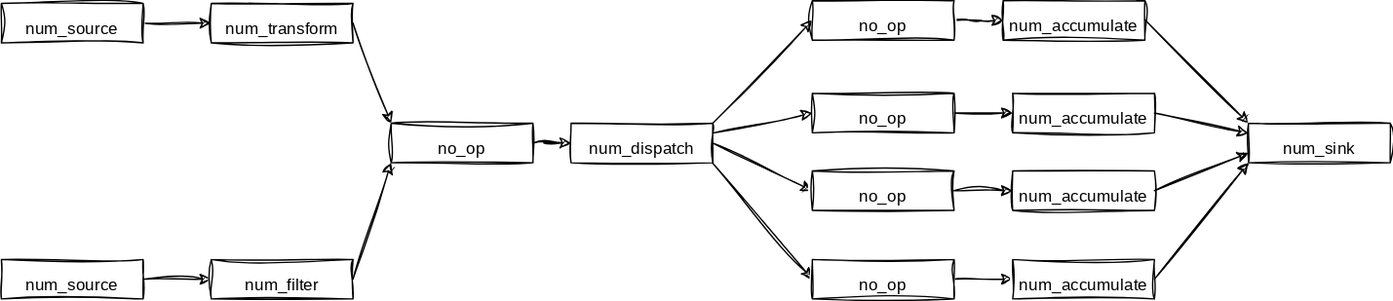
chloro-pn/draw_io_repo keeps this draw.io diagram as example.svg. Above is the earlier version. Source tidied: cells renumbered, new cells last; positions are measured from the earlier drawing's top-left corner, leaving out a move shared by most shapes. Source of this version:
```xml
<mxGraphModel>
  <root>
    <mxCell id="0" />
    <mxCell id="1" parent="0" />
    <mxCell id="2" style="edgeStyle=orthogonalEdgeStyle;rounded=0;sketch=1;hachureGap=4;jiggle=2;curveFitting=1;jettySize=auto;html=1;fontFamily=Architects Daughter;fontSource=https%3A%2F%2Ffonts.googleapis.com%2Fcss%3Ffamily%3DArchitects%2BDaughter;fontSize=16;" parent="1" edge="1" source="3" target="6">
      <mxGeometry relative="1" as="geometry" />
    </mxCell>
    <mxCell id="3" value="&lt;font style=&quot;font-size: 12px;&quot;&gt;num_source&lt;/font&gt;" style="rounded=0;whiteSpace=wrap;html=1;sketch=1;hachureGap=4;jiggle=2;curveFitting=1;fontFamily=Architects Daughter;fontSource=https%3A%2F%2Ffonts.googleapis.com%2Fcss%3Ffamily%3DArchitects%2BDaughter;fontSize=20;" parent="1" vertex="1">
      <mxGeometry y="2" width="104" height="29" as="geometry" />
    </mxCell>
    <mxCell id="4" style="edgeStyle=orthogonalEdgeStyle;rounded=0;sketch=1;hachureGap=4;jiggle=2;curveFitting=1;jettySize=auto;html=1;fontFamily=Architects Daughter;fontSource=https%3A%2F%2Ffonts.googleapis.com%2Fcss%3Ffamily%3DArchitects%2BDaughter;fontSize=16;" parent="1" edge="1" source="5" target="7">
      <mxGeometry relative="1" as="geometry" />
    </mxCell>
    <mxCell id="5" value="&lt;font style=&quot;font-size: 12px;&quot;&gt;num_source&lt;/font&gt;" style="rounded=0;whiteSpace=wrap;html=1;sketch=1;hachureGap=4;jiggle=2;curveFitting=1;fontFamily=Architects Daughter;fontSource=https%3A%2F%2Ffonts.googleapis.com%2Fcss%3Ffamily%3DArchitects%2BDaughter;fontSize=20;" parent="1" vertex="1">
      <mxGeometry y="190" width="104" height="29" as="geometry" />
    </mxCell>
    <mxCell id="6" value="&lt;font style=&quot;font-size: 12px;&quot;&gt;num_transform&lt;/font&gt;" style="rounded=0;whiteSpace=wrap;html=1;sketch=1;hachureGap=4;jiggle=2;curveFitting=1;fontFamily=Architects Daughter;fontSource=https%3A%2F%2Ffonts.googleapis.com%2Fcss%3Ffamily%3DArchitects%2BDaughter;fontSize=20;" parent="1" vertex="1">
      <mxGeometry x="154" y="2" width="104" height="29" as="geometry" />
    </mxCell>
    <mxCell id="7" value="&lt;font style=&quot;font-size: 12px;&quot;&gt;num_filter&lt;/font&gt;" style="rounded=0;whiteSpace=wrap;html=1;sketch=1;hachureGap=4;jiggle=2;curveFitting=1;fontFamily=Architects Daughter;fontSource=https%3A%2F%2Ffonts.googleapis.com%2Fcss%3Ffamily%3DArchitects%2BDaughter;fontSize=20;" parent="1" vertex="1">
      <mxGeometry x="154" y="190" width="104" height="29" as="geometry" />
    </mxCell>
    <mxCell id="8" style="edgeStyle=orthogonalEdgeStyle;rounded=0;sketch=1;hachureGap=4;jiggle=2;curveFitting=1;jettySize=auto;html=1;fontFamily=Architects Daughter;fontSource=https%3A%2F%2Ffonts.googleapis.com%2Fcss%3Ffamily%3DArchitects%2BDaughter;fontSize=16;" parent="1" edge="1" source="9" target="12">
      <mxGeometry relative="1" as="geometry" />
    </mxCell>
    <mxCell id="9" value="&lt;span style=&quot;font-size: 12px;&quot;&gt;no_op&lt;/span&gt;" style="rounded=0;whiteSpace=wrap;html=1;sketch=1;hachureGap=4;jiggle=2;curveFitting=1;fontFamily=Architects Daughter;fontSource=https%3A%2F%2Ffonts.googleapis.com%2Fcss%3Ffamily%3DArchitects%2BDaughter;fontSize=20;" parent="1" vertex="1">
      <mxGeometry x="286" y="90" width="104" height="29" as="geometry" />
    </mxCell>
    <mxCell id="10" style="endArrow=classic;html=1;rounded=0;sketch=1;hachureGap=4;jiggle=2;curveFitting=1;fontFamily=Architects Daughter;fontSource=https%3A%2F%2Ffonts.googleapis.com%2Fcss%3Ffamily%3DArchitects%2BDaughter;fontSize=16;entryX=0;entryY=0;entryDx=0;entryDy=0;exitX=1;exitY=0.5;exitDx=0;exitDy=0;" parent="1" edge="1" source="6" target="9">
      <mxGeometry relative="1" as="geometry" />
    </mxCell>
    <mxCell id="11" style="endArrow=classic;html=1;rounded=0;sketch=1;hachureGap=4;jiggle=2;curveFitting=1;fontFamily=Architects Daughter;fontSource=https%3A%2F%2Ffonts.googleapis.com%2Fcss%3Ffamily%3DArchitects%2BDaughter;fontSize=16;exitX=1;exitY=0.5;exitDx=0;exitDy=0;entryX=0;entryY=1;entryDx=0;entryDy=0;" parent="1" edge="1" source="7" target="9">
      <mxGeometry relative="1" as="geometry" />
    </mxCell>
    <mxCell id="12" value="&lt;span style=&quot;font-size: 12px;&quot;&gt;num_dispatch&lt;/span&gt;" style="rounded=0;whiteSpace=wrap;html=1;sketch=1;hachureGap=4;jiggle=2;curveFitting=1;fontFamily=Architects Daughter;fontSource=https%3A%2F%2Ffonts.googleapis.com%2Fcss%3Ffamily%3DArchitects%2BDaughter;fontSize=20;" parent="1" vertex="1">
      <mxGeometry x="418" y="90" width="104" height="29" as="geometry" />
    </mxCell>
    <mxCell id="13" style="endArrow=classic;html=1;rounded=0;sketch=1;hachureGap=4;jiggle=2;curveFitting=1;fontFamily=Architects Daughter;fontSource=https%3A%2F%2Ffonts.googleapis.com%2Fcss%3Ffamily%3DArchitects%2BDaughter;fontSize=16;exitX=1;exitY=0;exitDx=0;exitDy=0;entryX=0;entryY=0.5;entryDx=0;entryDy=0;" parent="1" edge="1" source="12" target="18">
      <mxGeometry relative="1" as="geometry" />
    </mxCell>
    <mxCell id="14" style="endArrow=classic;html=1;rounded=0;sketch=1;hachureGap=4;jiggle=2;curveFitting=1;fontFamily=Architects Daughter;fontSource=https%3A%2F%2Ffonts.googleapis.com%2Fcss%3Ffamily%3DArchitects%2BDaughter;fontSize=16;exitX=1;exitY=0.25;exitDx=0;exitDy=0;entryX=0;entryY=0.5;entryDx=0;entryDy=0;" parent="1" edge="1" source="12" target="20">
      <mxGeometry relative="1" as="geometry" />
    </mxCell>
    <mxCell id="15" style="endArrow=classic;html=1;rounded=0;sketch=1;hachureGap=4;jiggle=2;curveFitting=1;fontFamily=Architects Daughter;fontSource=https%3A%2F%2Ffonts.googleapis.com%2Fcss%3Ffamily%3DArchitects%2BDaughter;fontSize=16;exitX=1;exitY=0.5;exitDx=0;exitDy=0;entryX=0;entryY=0.5;entryDx=0;entryDy=0;" parent="1" edge="1" source="12" target="22">
      <mxGeometry relative="1" as="geometry" />
    </mxCell>
    <mxCell id="16" style="endArrow=classic;html=1;rounded=0;sketch=1;hachureGap=4;jiggle=2;curveFitting=1;fontFamily=Architects Daughter;fontSource=https%3A%2F%2Ffonts.googleapis.com%2Fcss%3Ffamily%3DArchitects%2BDaughter;fontSize=16;exitX=1;exitY=0.5;exitDx=0;exitDy=0;entryX=0;entryY=0.5;entryDx=0;entryDy=0;" parent="1" edge="1" target="24">
      <mxGeometry relative="1" as="geometry">
        <mxPoint x="522" y="119.5" as="sourcePoint" />
      </mxGeometry>
    </mxCell>
    <mxCell id="17" style="edgeStyle=orthogonalEdgeStyle;rounded=0;sketch=1;hachureGap=4;jiggle=2;curveFitting=1;jettySize=auto;html=1;fontFamily=Architects Daughter;fontSource=https%3A%2F%2Ffonts.googleapis.com%2Fcss%3Ffamily%3DArchitects%2BDaughter;fontSize=16;" parent="1" edge="1" source="18" target="25">
      <mxGeometry relative="1" as="geometry" />
    </mxCell>
    <mxCell id="18" value="&lt;span style=&quot;font-size: 12px;&quot;&gt;no_op&lt;/span&gt;" style="rounded=0;whiteSpace=wrap;html=1;sketch=1;hachureGap=4;jiggle=2;curveFitting=1;fontFamily=Architects Daughter;fontSource=https%3A%2F%2Ffonts.googleapis.com%2Fcss%3Ffamily%3DArchitects%2BDaughter;fontSize=20;" parent="1" vertex="1">
      <mxGeometry x="595" width="104" height="29" as="geometry" />
    </mxCell>
    <mxCell id="19" style="edgeStyle=orthogonalEdgeStyle;rounded=0;sketch=1;hachureGap=4;jiggle=2;curveFitting=1;jettySize=auto;html=1;fontFamily=Architects Daughter;fontSource=https%3A%2F%2Ffonts.googleapis.com%2Fcss%3Ffamily%3DArchitects%2BDaughter;fontSize=16;" parent="1" edge="1" source="20" target="26">
      <mxGeometry relative="1" as="geometry" />
    </mxCell>
    <mxCell id="20" value="&lt;span style=&quot;font-size: 12px;&quot;&gt;no_op&lt;/span&gt;" style="rounded=0;whiteSpace=wrap;html=1;sketch=1;hachureGap=4;jiggle=2;curveFitting=1;fontFamily=Architects Daughter;fontSource=https%3A%2F%2Ffonts.googleapis.com%2Fcss%3Ffamily%3DArchitects%2BDaughter;fontSize=20;" parent="1" vertex="1">
      <mxGeometry x="595" y="68" width="104" height="29" as="geometry" />
    </mxCell>
    <mxCell id="21" style="edgeStyle=orthogonalEdgeStyle;rounded=0;sketch=1;hachureGap=4;jiggle=2;curveFitting=1;jettySize=auto;html=1;fontFamily=Architects Daughter;fontSource=https%3A%2F%2Ffonts.googleapis.com%2Fcss%3Ffamily%3DArchitects%2BDaughter;fontSize=16;" parent="1" edge="1" source="22" target="27">
      <mxGeometry relative="1" as="geometry" />
    </mxCell>
    <mxCell id="22" value="&lt;span style=&quot;font-size: 12px;&quot;&gt;no_op&lt;/span&gt;" style="rounded=0;whiteSpace=wrap;html=1;sketch=1;hachureGap=4;jiggle=2;curveFitting=1;fontFamily=Architects Daughter;fontSource=https%3A%2F%2Ffonts.googleapis.com%2Fcss%3Ffamily%3DArchitects%2BDaughter;fontSize=20;" parent="1" vertex="1">
      <mxGeometry x="595" y="125" width="104" height="29" as="geometry" />
    </mxCell>
    <mxCell id="23" style="edgeStyle=orthogonalEdgeStyle;rounded=0;sketch=1;hachureGap=4;jiggle=2;curveFitting=1;jettySize=auto;html=1;fontFamily=Architects Daughter;fontSource=https%3A%2F%2Ffonts.googleapis.com%2Fcss%3Ffamily%3DArchitects%2BDaughter;fontSize=16;" parent="1" edge="1" source="24" target="28">
      <mxGeometry relative="1" as="geometry" />
    </mxCell>
    <mxCell id="24" value="&lt;span style=&quot;font-size: 12px;&quot;&gt;no_op&lt;/span&gt;" style="rounded=0;whiteSpace=wrap;html=1;sketch=1;hachureGap=4;jiggle=2;curveFitting=1;fontFamily=Architects Daughter;fontSource=https%3A%2F%2Ffonts.googleapis.com%2Fcss%3Ffamily%3DArchitects%2BDaughter;fontSize=20;" parent="1" vertex="1">
      <mxGeometry x="595" y="190" width="104" height="29" as="geometry" />
    </mxCell>
    <mxCell id="25" value="&lt;span style=&quot;font-size: 12px;&quot;&gt;num_accumulate&lt;/span&gt;" style="rounded=0;whiteSpace=wrap;html=1;sketch=1;hachureGap=4;jiggle=2;curveFitting=1;fontFamily=Architects Daughter;fontSource=https%3A%2F%2Ffonts.googleapis.com%2Fcss%3Ffamily%3DArchitects%2BDaughter;fontSize=20;" parent="1" vertex="1">
      <mxGeometry x="735" width="104" height="29" as="geometry" />
    </mxCell>
    <mxCell id="26" value="&lt;font style=&quot;font-size: 12px;&quot;&gt;num_accumulate&lt;/font&gt;" style="rounded=0;whiteSpace=wrap;html=1;sketch=1;hachureGap=4;jiggle=2;curveFitting=1;fontFamily=Architects Daughter;fontSource=https%3A%2F%2Ffonts.googleapis.com%2Fcss%3Ffamily%3DArchitects%2BDaughter;fontSize=20;" parent="1" vertex="1">
      <mxGeometry x="742" y="68" width="104" height="29" as="geometry" />
    </mxCell>
    <mxCell id="27" value="&lt;font style=&quot;font-size: 12px;&quot;&gt;num_accumulate&lt;/font&gt;" style="rounded=0;whiteSpace=wrap;html=1;sketch=1;hachureGap=4;jiggle=2;curveFitting=1;fontFamily=Architects Daughter;fontSource=https%3A%2F%2Ffonts.googleapis.com%2Fcss%3Ffamily%3DArchitects%2BDaughter;fontSize=20;" parent="1" vertex="1">
      <mxGeometry x="742" y="125" width="104" height="29" as="geometry" />
    </mxCell>
    <mxCell id="28" value="&lt;font style=&quot;font-size: 12px;&quot;&gt;num_accumulate&lt;/font&gt;" style="rounded=0;whiteSpace=wrap;html=1;sketch=1;hachureGap=4;jiggle=2;curveFitting=1;fontFamily=Architects Daughter;fontSource=https%3A%2F%2Ffonts.googleapis.com%2Fcss%3Ffamily%3DArchitects%2BDaughter;fontSize=20;" parent="1" vertex="1">
      <mxGeometry x="742" y="190" width="104" height="29" as="geometry" />
    </mxCell>
    <mxCell id="29" style="endArrow=classic;html=1;rounded=0;sketch=1;hachureGap=4;jiggle=2;curveFitting=1;fontFamily=Architects Daughter;fontSource=https%3A%2F%2Ffonts.googleapis.com%2Fcss%3Ffamily%3DArchitects%2BDaughter;fontSize=16;exitX=1;exitY=0.483;exitDx=0;exitDy=0;entryX=0;entryY=0;entryDx=0;entryDy=0;exitPerimeter=0;" parent="1" edge="1" source="25" target="33">
      <mxGeometry relative="1" as="geometry" />
    </mxCell>
    <mxCell id="30" style="endArrow=classic;html=1;rounded=0;sketch=1;hachureGap=4;jiggle=2;curveFitting=1;fontFamily=Architects Daughter;fontSource=https%3A%2F%2Ffonts.googleapis.com%2Fcss%3Ffamily%3DArchitects%2BDaughter;fontSize=16;exitX=1;exitY=0.5;exitDx=0;exitDy=0;entryX=0;entryY=0.25;entryDx=0;entryDy=0;" parent="1" edge="1" source="26" target="33">
      <mxGeometry relative="1" as="geometry" />
    </mxCell>
    <mxCell id="31" style="endArrow=classic;html=1;rounded=0;sketch=1;hachureGap=4;jiggle=2;curveFitting=1;fontFamily=Architects Daughter;fontSource=https%3A%2F%2Ffonts.googleapis.com%2Fcss%3Ffamily%3DArchitects%2BDaughter;fontSize=16;exitX=1;exitY=0.5;exitDx=0;exitDy=0;entryX=0;entryY=0.75;entryDx=0;entryDy=0;" parent="1" edge="1" source="27" target="33">
      <mxGeometry relative="1" as="geometry" />
    </mxCell>
    <mxCell id="32" style="endArrow=classic;html=1;rounded=0;sketch=1;hachureGap=4;jiggle=2;curveFitting=1;fontFamily=Architects Daughter;fontSource=https%3A%2F%2Ffonts.googleapis.com%2Fcss%3Ffamily%3DArchitects%2BDaughter;fontSize=16;exitX=1;exitY=0.5;exitDx=0;exitDy=0;entryX=0;entryY=1;entryDx=0;entryDy=0;" parent="1" edge="1" source="28" target="33">
      <mxGeometry relative="1" as="geometry" />
    </mxCell>
    <mxCell id="33" value="&lt;font style=&quot;font-size: 12px;&quot;&gt;num_sink&lt;br&gt;&lt;/font&gt;" style="rounded=0;whiteSpace=wrap;html=1;sketch=1;hachureGap=4;jiggle=2;curveFitting=1;fontFamily=Architects Daughter;fontSource=https%3A%2F%2Ffonts.googleapis.com%2Fcss%3Ffamily%3DArchitects%2BDaughter;fontSize=20;" parent="1" vertex="1">
      <mxGeometry x="915" y="90" width="104" height="29" as="geometry" />
    </mxCell>
  </root>
</mxGraphModel>
```
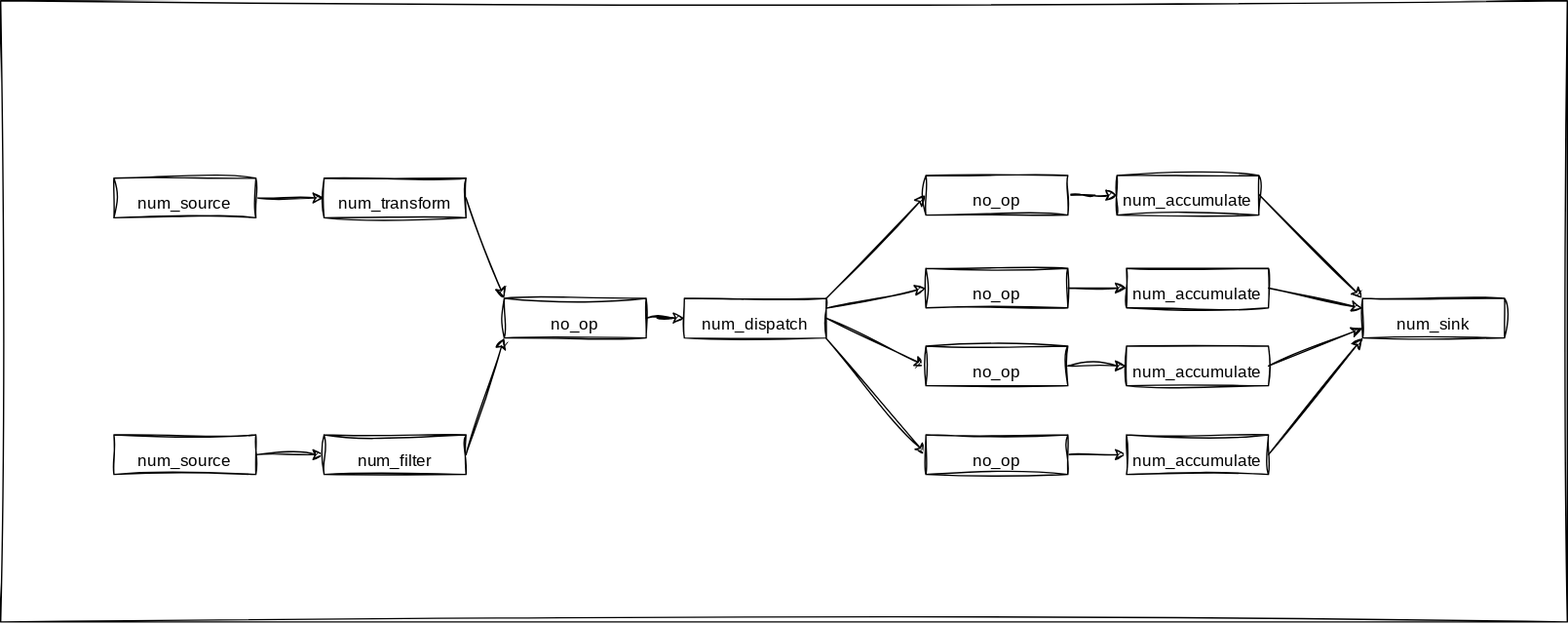
After the change.

What changed in the source:
```diff
@@ -2,6 +2,9 @@
   <root>
     <mxCell id="0" />
     <mxCell id="1" parent="0" />
+    <mxCell id="34" style="rounded=0;whiteSpace=wrap;html=1;sketch=1;hachureGap=4;jiggle=2;curveFitting=1;fontFamily=Architects Daughter;fontSource=https%3A%2F%2Ffonts.googleapis.com%2Fcss%3Ffamily%3DArchitects%2BDaughter;fontSize=20;fillColor=none;" parent="1" vertex="1">
+      <mxGeometry x="-83" y="-128" width="1148" height="455" as="geometry" />
+    </mxCell>
     <mxCell id="2" style="edgeStyle=orthogonalEdgeStyle;rounded=0;sketch=1;hachureGap=4;jiggle=2;curveFitting=1;jettySize=auto;html=1;fontFamily=Architects Daughter;fontSource=https%3A%2F%2Ffonts.googleapis.com%2Fcss%3Ffamily%3DArchitects%2BDaughter;fontSize=16;" parent="1" edge="1" source="3" target="6">
       <mxGeometry relative="1" as="geometry" />
     </mxCell>
```
